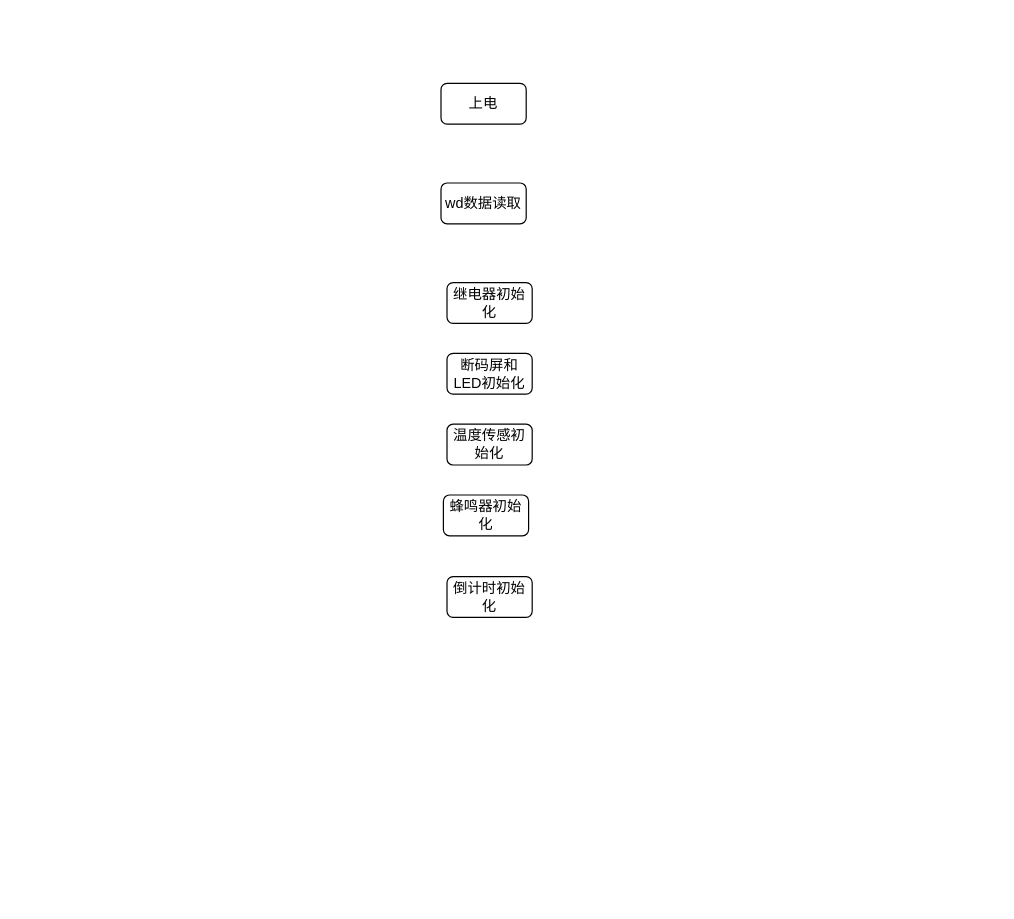
JeffYec/Jeff keeps this draw.io diagram as heater_flow_chart.drawio. Above is the earlier version. Source tidied: cells renumbered, new cells numbered last; positions are measured from the earlier drawing's top-left corner, leaving out a move shared by most shapes. Both pictures are drawn from the tidied source at 120%, with x=0, y=0 at pixel (440, 83).
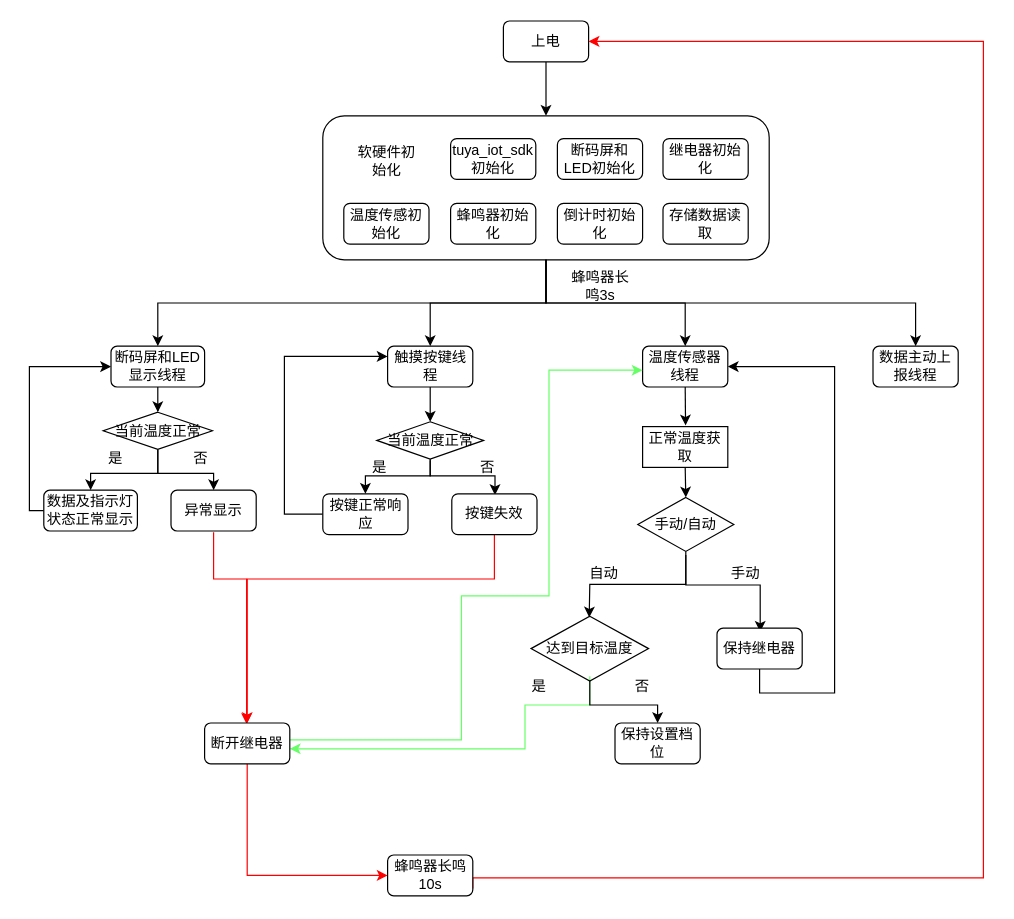
The same diagram, later.

The edit, as a diff of the source:
```diff
@@
+    <mxCell id="9" style="edgeStyle=orthogonalEdgeStyle;rounded=0;jettySize=auto;html=1;exitX=0.5;exitY=1;exitDx=0;exitDy=0;entryX=0.5;entryY=0;entryDx=0;entryDy=0;" parent="1" edge="1" source="2" target="22">
+      <mxGeometry relative="1" as="geometry" />
+    </mxCell>
     <mxCell id="2" value="上电" style="rounded=1;whiteSpace=wrap;html=1;" parent="1" vertex="1">
-      <mxGeometry width="71" height="34" as="geometry" />
+      <mxGeometry x="52" y="-52" width="71" height="34" as="geometry" />
     </mxCell>
-    <mxCell id="3" value="wd数据读取" style="rounded=1;whiteSpace=wrap;html=1;" parent="1" vertex="1">
-      <mxGeometry y="83" width="71" height="34" as="geometry" />
+    <mxCell id="3" value="存储数据读取" style="rounded=1;whiteSpace=wrap;html=1;" parent="1" vertex="1">
+      <mxGeometry x="185" y="100" width="71" height="34" as="geometry" />
     </mxCell>
     <mxCell id="4" value="继电器初始化" style="rounded=1;whiteSpace=wrap;html=1;" parent="1" vertex="1">
-      <mxGeometry x="5" y="166" width="71" height="34" as="geometry" />
+      <mxGeometry x="185" y="46" width="71" height="34" as="geometry" />
     </mxCell>
     <mxCell id="5" value="断码屏和LED初始化" style="rounded=1;whiteSpace=wrap;html=1;" parent="1" vertex="1">
-      <mxGeometry x="5" y="225" width="71" height="34" as="geometry" />
+      <mxGeometry x="97" y="46" width="71" height="34" as="geometry" />
     </mxCell>
     <mxCell id="6" value="温度传感初始化" style="rounded=1;whiteSpace=wrap;html=1;" parent="1" vertex="1">
-      <mxGeometry x="5" y="284" width="71" height="34" as="geometry" />
+      <mxGeometry x="-81" y="100" width="71" height="34" as="geometry" />
     </mxCell>
     <mxCell id="7" value="蜂鸣器初始化" style="rounded=1;whiteSpace=wrap;html=1;" parent="1" vertex="1">
-      <mxGeometry x="2" y="343" width="71" height="34" as="geometry" />
+      <mxGeometry x="8" y="100" width="71" height="34" as="geometry" />
     </mxCell>
     <mxCell id="8" value="倒计时初始化" style="rounded=1;whiteSpace=wrap;html=1;" parent="1" vertex="1">
-      <mxGeometry x="5" y="411" width="71" height="34" as="geometry" />
+      <mxGeometry x="97" y="100" width="71" height="34" as="geometry" />
     </mxCell>
+    <mxCell id="10" value="tuya_iot_sdk初始化" style="rounded=1;whiteSpace=wrap;html=1;" parent="1" vertex="1">
+      <mxGeometry x="8" y="46" width="71" height="34" as="geometry" />
+    </mxCell>
+    <mxCell id="11" style="edgeStyle=orthogonalEdgeStyle;rounded=0;jettySize=auto;html=1;strokeColor=#000000;" parent="1" edge="1" source="12" target="33">
+      <mxGeometry relative="1" as="geometry" />
+    </mxCell>
+    <mxCell id="12" value="断码屏和LED显示线程" style="rounded=1;whiteSpace=wrap;html=1;" parent="1" vertex="1">
+      <mxGeometry x="-275" y="219" width="78" height="34" as="geometry" />
+    </mxCell>
+    <mxCell id="13" style="edgeStyle=orthogonalEdgeStyle;rounded=0;jettySize=auto;html=1;strokeColor=#000000;" parent="1" edge="1" source="14" target="30">
+      <mxGeometry relative="1" as="geometry" />
+    </mxCell>
+    <mxCell id="14" value="触摸按键线程" style="rounded=1;whiteSpace=wrap;html=1;" parent="1" vertex="1">
+      <mxGeometry x="-44.5" y="219" width="71" height="34" as="geometry" />
+    </mxCell>
+    <mxCell id="15" style="edgeStyle=orthogonalEdgeStyle;rounded=0;jettySize=auto;html=1;exitX=0.5;exitY=1;exitDx=0;exitDy=0;entryX=0.5;entryY=0;entryDx=0;entryDy=0;" parent="1" edge="1" source="16">
+      <mxGeometry relative="1" as="geometry">
+        <mxPoint x="203.8" y="285" as="targetPoint" />
+      </mxGeometry>
+    </mxCell>
+    <mxCell id="16" value="温度传感器线程" style="rounded=1;whiteSpace=wrap;html=1;" parent="1" vertex="1">
+      <mxGeometry x="168" y="219" width="71" height="34" as="geometry" />
+    </mxCell>
+    <mxCell id="17" value="软硬件初始化" style="text;html=1;strokeColor=none;fillColor=none;align=center;verticalAlign=middle;whiteSpace=wrap;rounded=0;" parent="1" vertex="1">
+      <mxGeometry x="-75.5" y="50" width="60" height="30" as="geometry" />
+    </mxCell>
+    <mxCell id="18" style="edgeStyle=orthogonalEdgeStyle;rounded=0;jettySize=auto;html=1;exitX=0.5;exitY=1;exitDx=0;exitDy=0;" parent="1" edge="1" source="22" target="12">
+      <mxGeometry relative="1" as="geometry" />
+    </mxCell>
+    <mxCell id="19" style="edgeStyle=orthogonalEdgeStyle;rounded=0;jettySize=auto;html=1;exitX=0.5;exitY=1;exitDx=0;exitDy=0;entryX=0.5;entryY=0;entryDx=0;entryDy=0;" parent="1" edge="1" source="22" target="14">
+      <mxGeometry relative="1" as="geometry" />
+    </mxCell>
+    <mxCell id="20" style="edgeStyle=orthogonalEdgeStyle;rounded=0;jettySize=auto;html=1;exitX=0.5;exitY=1;exitDx=0;exitDy=0;" parent="1" edge="1" source="22" target="16">
+      <mxGeometry relative="1" as="geometry" />
+    </mxCell>
+    <mxCell id="21" style="edgeStyle=orthogonalEdgeStyle;rounded=0;jettySize=auto;html=1;exitX=0.5;exitY=1;exitDx=0;exitDy=0;strokeColor=#000000;" parent="1" edge="1" source="22" target="27">
+      <mxGeometry relative="1" as="geometry" />
+    </mxCell>
+    <mxCell id="22" style="rounded=1;whiteSpace=wrap;html=1;fillColor=none;" parent="1" vertex="1">
+      <mxGeometry x="-98.5" y="27" width="372" height="120" as="geometry" />
+    </mxCell>
+    <mxCell id="23" style="edgeStyle=orthogonalEdgeStyle;rounded=0;jettySize=auto;html=1;entryX=0;entryY=0.5;entryDx=0;entryDy=0;strokeColor=#000000;" parent="1" edge="1" source="24" target="12">
+      <mxGeometry relative="1" as="geometry">
+        <Array as="points">
+          <mxPoint x="-343" y="356" />
+          <mxPoint x="-343" y="236" />
+        </Array>
+      </mxGeometry>
+    </mxCell>
+    <mxCell id="24" value="数据及指示灯状态正常显示" style="rounded=1;whiteSpace=wrap;html=1;" parent="1" vertex="1">
+      <mxGeometry x="-331" y="339" width="78" height="34" as="geometry" />
+    </mxCell>
+    <mxCell id="25" style="edgeStyle=orthogonalEdgeStyle;rounded=0;jettySize=auto;html=1;entryX=0;entryY=0.25;entryDx=0;entryDy=0;strokeColor=#000000;" parent="1" edge="1" source="26" target="14">
+      <mxGeometry relative="1" as="geometry">
+        <Array as="points">
+          <mxPoint x="-130.5" y="359" />
+          <mxPoint x="-130.5" y="228" />
+        </Array>
+      </mxGeometry>
+    </mxCell>
+    <mxCell id="26" value="按键正常响应" style="rounded=1;whiteSpace=wrap;html=1;" parent="1" vertex="1">
+      <mxGeometry x="-98.5" y="342" width="71" height="34" as="geometry" />
+    </mxCell>
+    <mxCell id="27" value="数据主动上报线程" style="rounded=1;whiteSpace=wrap;html=1;" parent="1" vertex="1">
+      <mxGeometry x="360" y="219" width="71" height="34" as="geometry" />
+    </mxCell>
+    <mxCell id="28" style="edgeStyle=orthogonalEdgeStyle;rounded=0;jettySize=auto;html=1;exitX=0.5;exitY=1;exitDx=0;exitDy=0;entryX=0.5;entryY=0;entryDx=0;entryDy=0;strokeColor=#000000;" parent="1" edge="1" source="30" target="26">
+      <mxGeometry relative="1" as="geometry">
+        <Array as="points">
+          <mxPoint x="-9" y="327" />
+          <mxPoint x="-63" y="327" />
+        </Array>
+      </mxGeometry>
+    </mxCell>
+    <mxCell id="29" style="edgeStyle=orthogonalEdgeStyle;rounded=0;orthogonalLoop=1;jettySize=auto;html=1;exitX=0.5;exitY=1;exitDx=0;exitDy=0;strokeColor=#000000;" parent="1" edge="1">
+      <mxGeometry relative="1" as="geometry">
+        <mxPoint x="-9" y="314" as="sourcePoint" />
+        <mxPoint x="45" y="343" as="targetPoint" />
+        <Array as="points">
+          <mxPoint x="-9" y="327" />
+          <mxPoint x="45" y="327" />
+        </Array>
+      </mxGeometry>
+    </mxCell>
+    <mxCell id="30" value="当前温度正常" style="rhombus;whiteSpace=wrap;html=1;fillColor=none;" parent="1" vertex="1">
+      <mxGeometry x="-53.5" y="282" width="89" height="31" as="geometry" />
+    </mxCell>
+    <mxCell id="31" style="edgeStyle=orthogonalEdgeStyle;rounded=0;jettySize=auto;html=1;exitX=0.5;exitY=1;exitDx=0;exitDy=0;strokeColor=#000000;" parent="1" edge="1" source="33" target="24">
+      <mxGeometry relative="1" as="geometry" />
+    </mxCell>
+    <mxCell id="32" style="edgeStyle=orthogonalEdgeStyle;rounded=0;jettySize=auto;html=1;exitX=0.5;exitY=1;exitDx=0;exitDy=0;strokeColor=#000000;" parent="1" edge="1" source="33" target="37">
+      <mxGeometry relative="1" as="geometry" />
+    </mxCell>
+    <mxCell id="33" value="当前温度正常" style="rhombus;whiteSpace=wrap;html=1;fillColor=none;" parent="1" vertex="1">
+      <mxGeometry x="-281.5" y="274" width="91" height="31" as="geometry" />
+    </mxCell>
+    <mxCell id="34" value="是" style="text;html=1;strokeColor=none;fillColor=none;align=center;verticalAlign=middle;whiteSpace=wrap;rounded=0;" parent="1" vertex="1">
+      <mxGeometry x="-301" y="298" width="60" height="30" as="geometry" />
+    </mxCell>
+    <mxCell id="35" value="是" style="text;html=1;strokeColor=none;fillColor=none;align=center;verticalAlign=middle;whiteSpace=wrap;rounded=0;" parent="1" vertex="1">
+      <mxGeometry x="-81" y="305" width="60" height="30" as="geometry" />
+    </mxCell>
+    <mxCell id="36" style="edgeStyle=orthogonalEdgeStyle;rounded=0;orthogonalLoop=1;jettySize=auto;html=1;exitX=0.5;exitY=1;exitDx=0;exitDy=0;strokeColor=#FF0000;" parent="1" edge="1">
+      <mxGeometry relative="1" as="geometry">
+        <mxPoint x="-189.5" y="374" as="sourcePoint" />
+        <mxPoint x="-162" y="534" as="targetPoint" />
+        <Array as="points">
+          <mxPoint x="-190" y="413" />
+          <mxPoint x="-162" y="413" />
+        </Array>
+      </mxGeometry>
+    </mxCell>
+    <mxCell id="37" value="异常显示" style="rounded=1;whiteSpace=wrap;html=1;" parent="1" vertex="1">
+      <mxGeometry x="-225" y="339" width="71" height="34" as="geometry" />
+    </mxCell>
+    <mxCell id="38" style="edgeStyle=orthogonalEdgeStyle;rounded=0;jettySize=auto;html=1;exitX=0.5;exitY=1;exitDx=0;exitDy=0;entryX=0.5;entryY=0;entryDx=0;entryDy=0;strokeColor=#FF0000;" parent="1" edge="1" source="39" target="60">
+      <mxGeometry relative="1" as="geometry">
+        <Array as="points">
+          <mxPoint x="44" y="413" />
+          <mxPoint x="-162" y="413" />
+        </Array>
+      </mxGeometry>
+    </mxCell>
+    <mxCell id="39" value="按键失效" style="rounded=1;whiteSpace=wrap;html=1;" parent="1" vertex="1">
+      <mxGeometry x="9" y="342" width="71" height="34" as="geometry" />
+    </mxCell>
+    <mxCell id="40" value="否" style="text;html=1;strokeColor=none;fillColor=none;align=center;verticalAlign=middle;whiteSpace=wrap;rounded=0;" parent="1" vertex="1">
+      <mxGeometry x="-230" y="298" width="60" height="30" as="geometry" />
+    </mxCell>
+    <mxCell id="41" style="edgeStyle=orthogonalEdgeStyle;rounded=0;jettySize=auto;html=1;exitX=0.5;exitY=1;exitDx=0;exitDy=0;entryX=0.5;entryY=0;entryDx=0;entryDy=0;strokeColor=#000000;" parent="1" edge="1" source="42" target="48">
+      <mxGeometry relative="1" as="geometry" />
+    </mxCell>
+    <mxCell id="42" value="正常温度获取" style="rounded=0;whiteSpace=wrap;html=1;glass=0;shadow=0;sketch=0;" parent="1" vertex="1">
+      <mxGeometry x="168" y="286" width="71" height="34" as="geometry" />
+    </mxCell>
+    <mxCell id="43" value="蜂鸣器长鸣3s" style="text;html=1;strokeColor=none;fillColor=none;align=center;verticalAlign=middle;whiteSpace=wrap;rounded=0;" parent="1" vertex="1">
+      <mxGeometry x="102.5" y="154" width="60" height="30" as="geometry" />
+    </mxCell>
+    <mxCell id="44" style="edgeStyle=orthogonalEdgeStyle;rounded=0;orthogonalLoop=1;jettySize=auto;html=1;exitX=1;exitY=0.5;exitDx=0;exitDy=0;strokeColor=#FF0000;" parent="1" edge="1">
+      <mxGeometry relative="1" as="geometry">
+        <mxPoint x="26.5" y="671" as="sourcePoint" />
+        <mxPoint x="123" y="-35" as="targetPoint" />
+        <Array as="points">
+          <mxPoint x="27" y="662" />
+          <mxPoint x="452" y="662" />
+          <mxPoint x="452" y="-35" />
+        </Array>
+      </mxGeometry>
+    </mxCell>
+    <mxCell id="45" value="蜂鸣器长鸣10s" style="rounded=1;whiteSpace=wrap;html=1;" parent="1" vertex="1">
+      <mxGeometry x="-44.5" y="643" width="71" height="34" as="geometry" />
+    </mxCell>
+    <mxCell id="46" style="edgeStyle=orthogonalEdgeStyle;rounded=0;jettySize=auto;html=1;exitX=0.5;exitY=1;exitDx=0;exitDy=0;strokeColor=#000000;" parent="1" edge="1" source="48">
+      <mxGeometry relative="1" as="geometry">
+        <mxPoint x="123.5" y="445" as="targetPoint" />
+      </mxGeometry>
+    </mxCell>
+    <mxCell id="47" style="edgeStyle=orthogonalEdgeStyle;rounded=0;orthogonalLoop=1;jettySize=auto;html=1;exitX=0.5;exitY=1;exitDx=0;exitDy=0;strokeColor=#000000;" parent="1" edge="1">
+      <mxGeometry relative="1" as="geometry">
+        <mxPoint x="204" y="393" as="sourcePoint" />
+        <mxPoint x="266" y="457" as="targetPoint" />
+        <Array as="points">
+          <mxPoint x="204" y="418" />
+          <mxPoint x="266" y="418" />
+        </Array>
+      </mxGeometry>
+    </mxCell>
+    <mxCell id="48" value="手动/自动" style="rhombus;whiteSpace=wrap;html=1;fillColor=none;" parent="1" vertex="1">
+      <mxGeometry x="164" y="345" width="80" height="45" as="geometry" />
+    </mxCell>
+    <mxCell id="49" value="自动" style="text;html=1;strokeColor=none;fillColor=none;align=center;verticalAlign=middle;whiteSpace=wrap;rounded=0;" parent="1" vertex="1">
+      <mxGeometry x="106" y="394" width="60" height="30" as="geometry" />
+    </mxCell>
+    <mxCell id="50" style="edgeStyle=orthogonalEdgeStyle;rounded=0;orthogonalLoop=1;jettySize=auto;html=1;exitX=0.5;exitY=1;exitDx=0;exitDy=0;entryX=1;entryY=0.75;entryDx=0;entryDy=0;strokeColor=#66FF66;" parent="1" edge="1">
+      <mxGeometry relative="1" as="geometry">
+        <mxPoint x="124" y="494" as="sourcePoint" />
+        <mxPoint x="-126" y="554.5" as="targetPoint" />
+        <Array as="points">
+          <mxPoint x="124" y="518" />
+          <mxPoint x="70" y="518" />
+          <mxPoint x="70" y="555" />
+        </Array>
+      </mxGeometry>
+    </mxCell>
+    <mxCell id="51" style="edgeStyle=orthogonalEdgeStyle;rounded=0;jettySize=auto;html=1;exitX=0.5;exitY=1;exitDx=0;exitDy=0;entryX=0.5;entryY=0;entryDx=0;entryDy=0;strokeColor=#000000;" parent="1" edge="1" source="52" target="58">
+      <mxGeometry relative="1" as="geometry" />
+    </mxCell>
+    <mxCell id="52" value="达到目标温度" style="rhombus;whiteSpace=wrap;html=1;fillColor=none;" parent="1" vertex="1">
+      <mxGeometry x="75" y="444" width="98" height="54" as="geometry" />
+    </mxCell>
+    <mxCell id="53" style="edgeStyle=orthogonalEdgeStyle;rounded=0;jettySize=auto;html=1;strokeColor=#66FF66;" parent="1" edge="1" source="60">
+      <mxGeometry relative="1" as="geometry">
+        <mxPoint x="168" y="239" as="targetPoint" />
+        <Array as="points">
+          <mxPoint x="17" y="547" />
+          <mxPoint x="17" y="427" />
+          <mxPoint x="90" y="427" />
+          <mxPoint x="90" y="239" />
+          <mxPoint x="168" y="239" />
+        </Array>
+      </mxGeometry>
+    </mxCell>
+    <mxCell id="54" value="是" style="text;html=1;strokeColor=none;fillColor=none;align=center;verticalAlign=middle;whiteSpace=wrap;rounded=0;" parent="1" vertex="1">
+      <mxGeometry x="52" y="488" width="60" height="30" as="geometry" />
+    </mxCell>
+    <mxCell id="55" style="edgeStyle=orthogonalEdgeStyle;rounded=0;jettySize=auto;html=1;exitX=0.5;exitY=1;exitDx=0;exitDy=0;entryX=1;entryY=0.5;entryDx=0;entryDy=0;strokeColor=#000000;" parent="1" edge="1" source="56" target="16">
+      <mxGeometry relative="1" as="geometry">
+        <Array as="points">
+          <mxPoint x="265" y="508" />
+          <mxPoint x="328" y="508" />
+          <mxPoint x="328" y="236" />
+        </Array>
+      </mxGeometry>
+    </mxCell>
+    <mxCell id="56" value="保持继电器" style="rounded=1;whiteSpace=wrap;html=1;" parent="1" vertex="1">
+      <mxGeometry x="230" y="454" width="71" height="34" as="geometry" />
+    </mxCell>
+    <mxCell id="57" value="手动" style="text;html=1;strokeColor=none;fillColor=none;align=center;verticalAlign=middle;whiteSpace=wrap;rounded=0;" parent="1" vertex="1">
+      <mxGeometry x="224" y="394" width="60" height="30" as="geometry" />
+    </mxCell>
+    <mxCell id="58" value="保持设置档位" style="rounded=1;whiteSpace=wrap;html=1;" parent="1" vertex="1">
+      <mxGeometry x="145" y="533" width="71" height="34" as="geometry" />
+    </mxCell>
+    <mxCell id="59" style="edgeStyle=orthogonalEdgeStyle;rounded=0;jettySize=auto;html=1;exitX=0.5;exitY=1;exitDx=0;exitDy=0;entryX=0;entryY=0.5;entryDx=0;entryDy=0;strokeColor=#FF0000;" parent="1" edge="1" source="60" target="45">
+      <mxGeometry relative="1" as="geometry" />
+    </mxCell>
+    <mxCell id="60" value="断开继电器" style="rounded=1;whiteSpace=wrap;html=1;" parent="1" vertex="1">
+      <mxGeometry x="-197" y="533" width="71" height="34" as="geometry" />
+    </mxCell>
+    <mxCell id="61" value="否" style="text;html=1;strokeColor=none;fillColor=none;align=center;verticalAlign=middle;whiteSpace=wrap;rounded=0;" parent="1" vertex="1">
+      <mxGeometry x="9" y="305" width="60" height="30" as="geometry" />
+    </mxCell>
+    <mxCell id="62" value="否" style="text;html=1;strokeColor=none;fillColor=none;align=center;verticalAlign=middle;whiteSpace=wrap;rounded=0;" parent="1" vertex="1">
+      <mxGeometry x="138" y="488" width="60" height="30" as="geometry" />
+    </mxCell>
```
